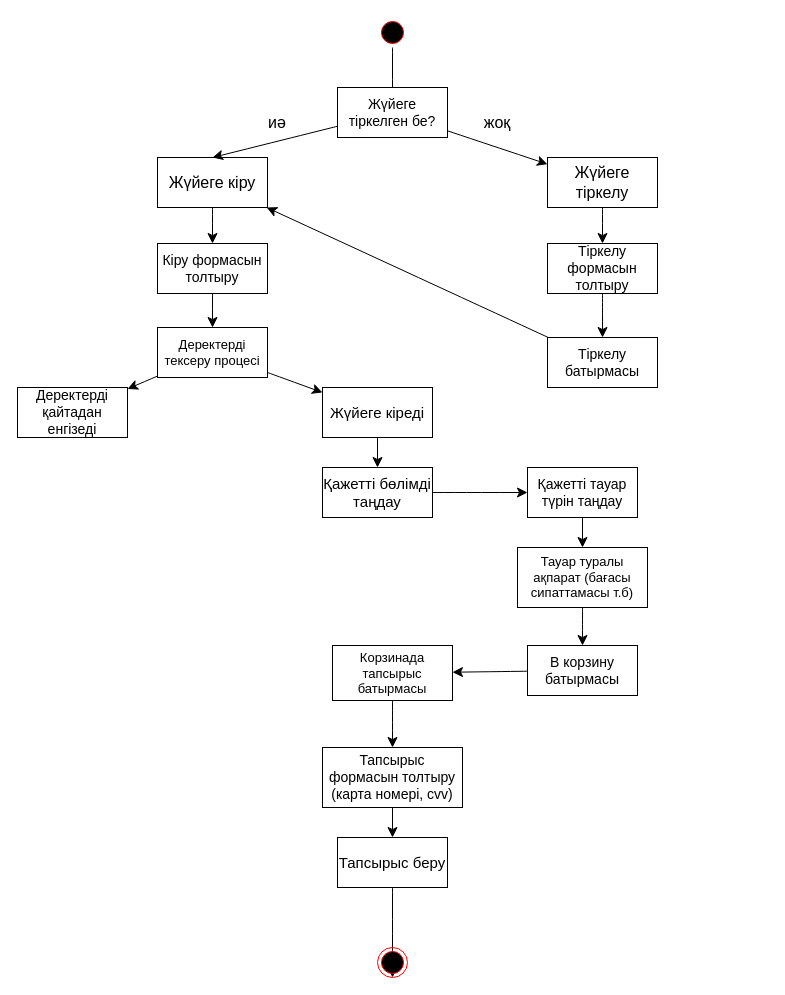
The draw.io diagram Оформление заказа.drawio in mbayzhanova/nyx_react_project, before the edit. Source tidied: cells renumbered, new cells numbered last; positions are measured from the earlier drawing's top-left corner, leaving out a move shared by most shapes. Both pictures are drawn from the tidied source at 100%, with x=0, y=0 at pixel (17, 17).
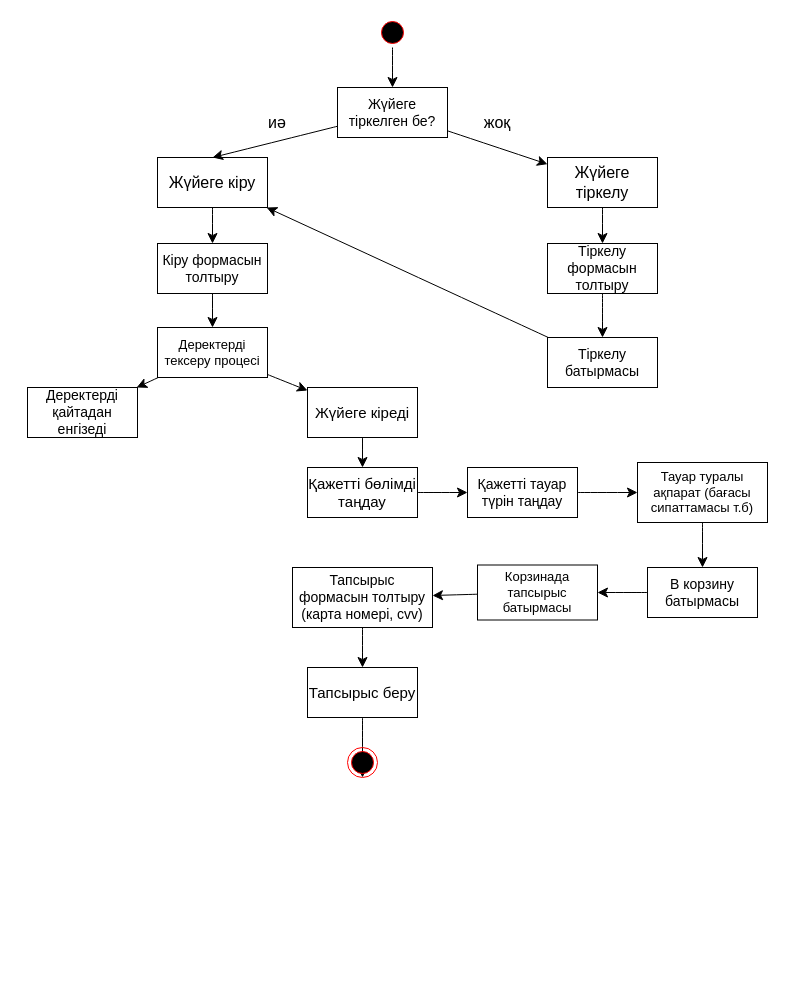
Above is the later version.

The change refers to these unchanged cells:
```xml
<mxCell id="3" style="ellipse;html=1;shape=startState;fillColor=#000000;strokeColor=#ff0000;" parent="1" vertex="1">
  <mxGeometry x="360" width="30" height="30" as="geometry" />
</mxCell>
```

Diff of the diagram source:
```diff
@@
-    <mxCell id="2" style="edgeStyle=none;curved=1;rounded=0;jettySize=auto;html=1;entryX=0.5;entryY=1;entryDx=0;entryDy=0;fontSize=12;startSize=8;endSize=8;" parent="1" edge="1" source="3" target="19">
+    <mxCell id="2" style="edgeStyle=none;curved=1;rounded=0;jettySize=auto;html=1;fontSize=12;startSize=8;endSize=8;" parent="1" edge="1" source="3" target="19">
       <mxGeometry relative="1" as="geometry" />
     </mxCell>
@@
     <mxCell id="7" value="&lt;font style=&quot;font-size: 15px;&quot;&gt;Қажетті бөлімді таңдау&lt;/font&gt;" style="html=1;whiteSpace=wrap;fillColor=none;" parent="1" vertex="1">
-      <mxGeometry x="305" y="450" width="110" height="50" as="geometry" />
+      <mxGeometry x="290" y="450" width="110" height="50" as="geometry" />
     </mxCell>
@@
-    <mxCell id="10" value="&lt;font style=&quot;font-size: 14px;&quot;&gt;Қажетті тауар түрін таңдау&lt;/font&gt;" style="html=1;whiteSpace=wrap;" parent="1" vertex="1">
-      <mxGeometry x="510" y="450" width="110" height="50" as="geometry" />
+    <mxCell id="10" value="&lt;font style=&quot;font-size: 14px;&quot;&gt;Қажетті тауар түрін таңдау&lt;/font&gt;" style="html=1;whiteSpace=wrap;fillColor=none;" parent="1" vertex="1">
+      <mxGeometry x="450" y="450" width="110" height="50" as="geometry" />
     </mxCell>
@@
-    <mxCell id="12" value="&lt;font style=&quot;font-size: 13px;&quot;&gt;Тауар туралы ақпарат (бағасы сипаттамасы т.б)&lt;/font&gt;" style="html=1;whiteSpace=wrap;" parent="1" vertex="1">
-      <mxGeometry x="500" y="530" width="130" height="60" as="geometry" />
+    <mxCell id="12" value="&lt;font style=&quot;font-size: 13px;&quot;&gt;Тауар туралы ақпарат (бағасы сипаттамасы т.б)&lt;/font&gt;" style="html=1;whiteSpace=wrap;fillColor=none;" parent="1" vertex="1">
+      <mxGeometry x="620" y="445" width="130" height="60" as="geometry" />
     </mxCell>
@@
-    <mxCell id="14" value="&lt;font style=&quot;font-size: 14px;&quot;&gt;В корзину батырмасы&lt;/font&gt;" style="html=1;whiteSpace=wrap;" parent="1" vertex="1">
-      <mxGeometry x="510" y="628" width="110" height="50" as="geometry" />
+    <mxCell id="14" value="&lt;font style=&quot;font-size: 14px;&quot;&gt;В корзину батырмасы&lt;/font&gt;" style="html=1;whiteSpace=wrap;fillColor=none;" parent="1" vertex="1">
+      <mxGeometry x="630" y="550" width="110" height="50" as="geometry" />
     </mxCell>
@@
-    <mxCell id="16" value="&lt;font style=&quot;font-size: 13px;&quot;&gt;Корзинада тапсырыс батырмасы&lt;/font&gt;" style="html=1;whiteSpace=wrap;" parent="1" vertex="1">
-      <mxGeometry x="315" y="628" width="120" height="55" as="geometry" />
+    <mxCell id="16" value="&lt;font style=&quot;font-size: 13px;&quot;&gt;Корзинада тапсырыс батырмасы&lt;/font&gt;" style="html=1;whiteSpace=wrap;fillColor=none;" parent="1" vertex="1">
+      <mxGeometry x="460" y="547.5" width="120" height="55" as="geometry" />
     </mxCell>
@@
-    <mxCell id="19" value="&lt;font style=&quot;font-size: 14px;&quot;&gt;Жүйеге тіркелген бе?&lt;/font&gt;" style="html=1;whiteSpace=wrap;" parent="1" vertex="1">
+    <mxCell id="19" value="&lt;font style=&quot;font-size: 14px;&quot;&gt;Жүйеге тіркелген бе?&lt;/font&gt;" style="html=1;whiteSpace=wrap;fillColor=none;" parent="1" vertex="1">
       <mxGeometry x="320" y="70" width="110" height="50" as="geometry" />
     </mxCell>
@@
-    <mxCell id="21" value="&lt;font style=&quot;font-size: 16px;&quot;&gt;Жүйеге тіркелу&lt;/font&gt;" style="html=1;whiteSpace=wrap;" parent="1" vertex="1">
+    <mxCell id="21" value="&lt;font style=&quot;font-size: 16px;&quot;&gt;Жүйеге тіркелу&lt;/font&gt;" style="html=1;whiteSpace=wrap;fillColor=none;" parent="1" vertex="1">
       <mxGeometry x="530" y="140" width="110" height="50" as="geometry" />
     </mxCell>
@@
-    <mxCell id="23" value="&lt;font style=&quot;font-size: 14px;&quot;&gt;Тіркелу формасын толтыру&lt;/font&gt;" style="html=1;whiteSpace=wrap;" parent="1" vertex="1">
+    <mxCell id="23" value="&lt;font style=&quot;font-size: 14px;&quot;&gt;Тіркелу формасын толтыру&lt;/font&gt;" style="html=1;whiteSpace=wrap;fillColor=none;" parent="1" vertex="1">
       <mxGeometry x="530" y="226" width="110" height="50" as="geometry" />
     </mxCell>
@@
-    <mxCell id="25" value="&lt;font style=&quot;font-size: 14px;&quot;&gt;Тіркелу батырмасы&lt;/font&gt;" style="html=1;whiteSpace=wrap;" parent="1" vertex="1">
+    <mxCell id="25" value="&lt;font style=&quot;font-size: 14px;&quot;&gt;Тіркелу батырмасы&lt;/font&gt;" style="html=1;whiteSpace=wrap;fillColor=none;" parent="1" vertex="1">
       <mxGeometry x="530" y="320" width="110" height="50" as="geometry" />
     </mxCell>
@@
-    <mxCell id="27" value="&lt;font style=&quot;font-size: 14px;&quot;&gt;Кіру формасын толтыру&lt;/font&gt;" style="html=1;whiteSpace=wrap;" parent="1" vertex="1">
+    <mxCell id="27" value="&lt;font style=&quot;font-size: 14px;&quot;&gt;Кіру формасын толтыру&lt;/font&gt;" style="html=1;whiteSpace=wrap;fillColor=none;" parent="1" vertex="1">
       <mxGeometry x="140" y="226" width="110" height="50" as="geometry" />
     </mxCell>
@@
-    <mxCell id="30" value="&lt;font style=&quot;font-size: 13px;&quot;&gt;Деректерді тексеру процесі&lt;/font&gt;" style="html=1;whiteSpace=wrap;" parent="1" vertex="1">
+    <mxCell id="30" value="&lt;font style=&quot;font-size: 13px;&quot;&gt;Деректерді тексеру процесі&lt;/font&gt;" style="html=1;whiteSpace=wrap;fillColor=none;" parent="1" vertex="1">
       <mxGeometry x="140" y="310" width="110" height="50" as="geometry" />
     </mxCell>
-    <mxCell id="31" value="&lt;font style=&quot;font-size: 14px;&quot;&gt;Деректерді қайтадан енгізеді&lt;/font&gt;" style="html=1;whiteSpace=wrap;" parent="1" vertex="1">
-      <mxGeometry y="370" width="110" height="50" as="geometry" />
+    <mxCell id="31" value="&lt;font style=&quot;font-size: 14px;&quot;&gt;Деректерді қайтадан енгізеді&lt;/font&gt;" style="html=1;whiteSpace=wrap;fillColor=none;" parent="1" vertex="1">
+      <mxGeometry x="10" y="370" width="110" height="50" as="geometry" />
     </mxCell>
@@
-    <mxCell id="33" value="&lt;font style=&quot;font-size: 15px;&quot;&gt;Жүйеге кіреді&lt;/font&gt;" style="html=1;whiteSpace=wrap;" parent="1" vertex="1">
-      <mxGeometry x="305" y="370" width="110" height="50" as="geometry" />
+    <mxCell id="33" value="&lt;font style=&quot;font-size: 15px;&quot;&gt;Жүйеге кіреді&lt;/font&gt;" style="html=1;whiteSpace=wrap;fillColor=none;" parent="1" vertex="1">
+      <mxGeometry x="290" y="370" width="110" height="50" as="geometry" />
     </mxCell>
@@
-    <mxCell id="37" value="&lt;font style=&quot;font-size: 14px;&quot;&gt;Тапсырыс формасын толтыру (карта номері, cvv)&lt;/font&gt;" style="html=1;whiteSpace=wrap;" parent="1" vertex="1">
-      <mxGeometry x="305" y="730" width="140" height="60" as="geometry" />
+    <mxCell id="37" value="&lt;font style=&quot;font-size: 14px;&quot;&gt;Тапсырыс формасын толтыру (карта номері, cvv)&lt;/font&gt;" style="html=1;whiteSpace=wrap;fillColor=none;" parent="1" vertex="1">
+      <mxGeometry x="275" y="550" width="140" height="60" as="geometry" />
     </mxCell>
@@
-    <mxCell id="39" value="&lt;font style=&quot;font-size: 15px;&quot;&gt;Тапсырыс беру&lt;/font&gt;" style="html=1;whiteSpace=wrap;" parent="1" vertex="1">
-      <mxGeometry x="320" y="820" width="110" height="50" as="geometry" />
+    <mxCell id="39" value="&lt;font style=&quot;font-size: 15px;&quot;&gt;Тапсырыс беру&lt;/font&gt;" style="html=1;whiteSpace=wrap;fillColor=none;" parent="1" vertex="1">
+      <mxGeometry x="290" y="650" width="110" height="50" as="geometry" />
     </mxCell>
     <mxCell id="40" style="ellipse;html=1;shape=endState;fillColor=#000000;strokeColor=#ff0000;" parent="1" vertex="1">
-      <mxGeometry x="360" y="930" width="30" height="30" as="geometry" />
+      <mxGeometry x="330" y="730" width="30" height="30" as="geometry" />
     </mxCell>
```
